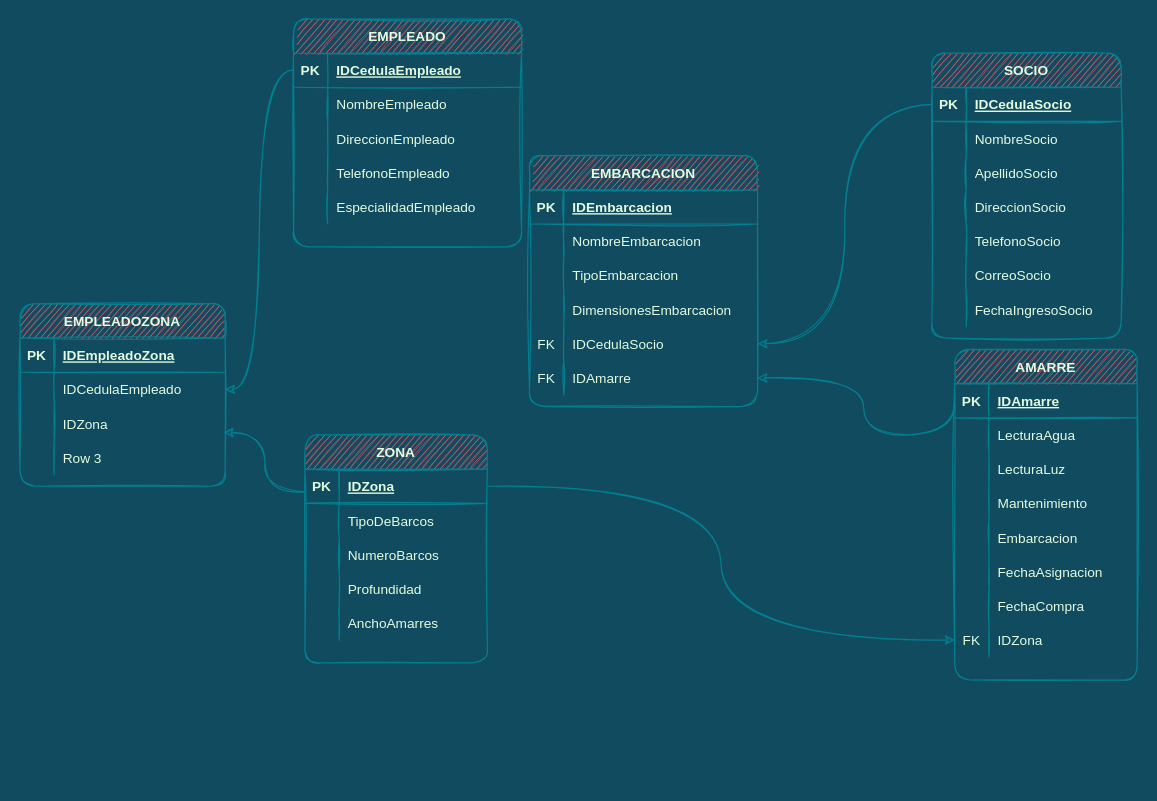
Before: bases de datos/ejercicio 26-10-21/ejercicio 1.drawio in Krono159/bases-de-datos, a draw.io diagram. Source tidied: cells renumbered, new cells numbered last; positions are measured from the earlier drawing's top-left corner, leaving out a move shared by most shapes. Both pictures are drawn from the tidied source at 114%, with x=0, y=0 at pixel (19, 18).
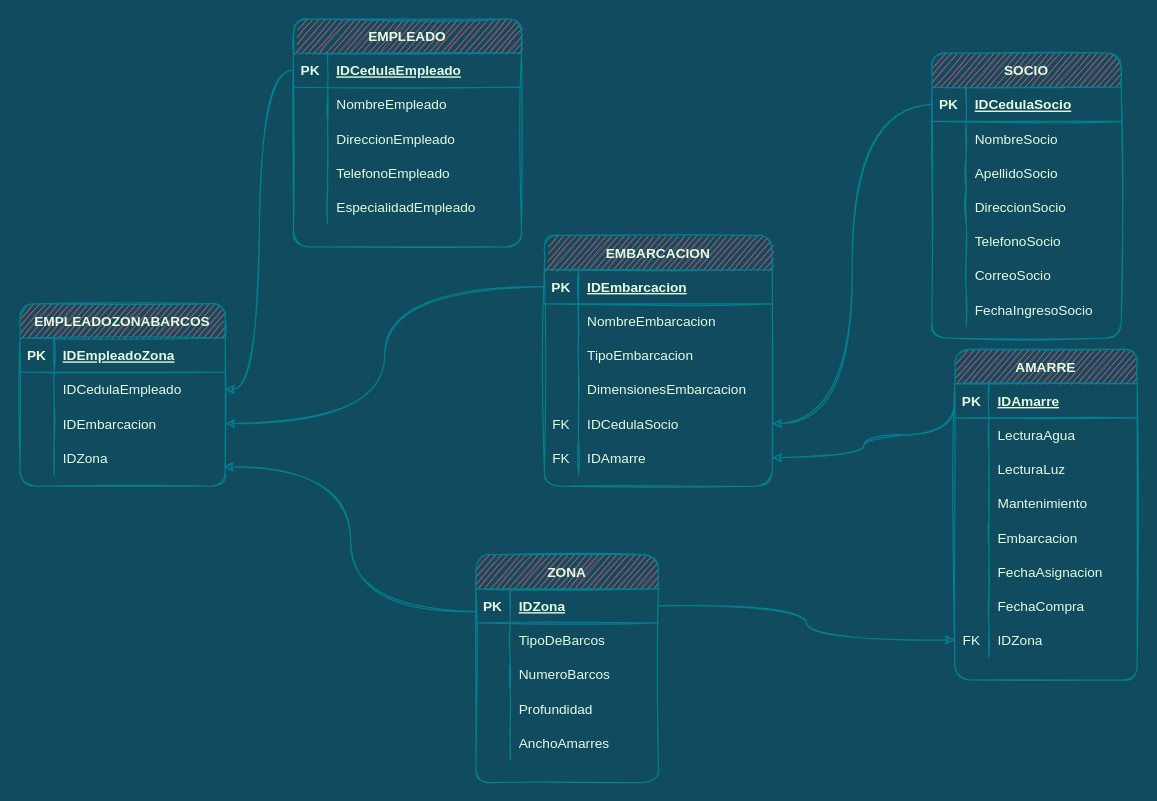
After the change.

Commit message:
fin relacion

Unchanged cells that the change refers to:
```xml
<mxCell id="36" style="shape=partialRectangle;fillColor=none;top=0;left=0;bottom=1;right=0;points=[[0,0.5],[1,0.5]];portConstraint=eastwest;strokeColor=#028090;fontColor=#E4FDE1;rounded=1;sketch=1;" parent="35" vertex="1">
  <mxGeometry y="30" width="160" height="30" as="geometry" />
</mxCell>
<mxCell id="61" style="shape=partialRectangle;fillColor=none;top=0;left=0;bottom=1;right=0;points=[[0,0.5],[1,0.5]];portConstraint=eastwest;strokeColor=#028090;fontColor=#E4FDE1;rounded=1;sketch=1;" parent="60" vertex="1">
  <mxGeometry y="30" width="200" height="30" as="geometry" />
</mxCell>
<mxCell id="76" style="shape=partialRectangle;fillColor=none;top=0;left=0;bottom=0;right=0;points=[[0,0.5],[1,0.5]];portConstraint=eastwest;strokeColor=#028090;fontColor=#E4FDE1;rounded=1;sketch=1;" parent="60" vertex="1">
  <mxGeometry y="180" width="200" height="30" as="geometry" />
</mxCell>
```

What changed in the source:
```diff
@@
     <mxCell id="3" value="ZONA" style="shape=table;startSize=30;childLayout=tableLayout;rowLines=0;fontStyle=1;align=center;fillColor=#F45B69;strokeColor=#028090;fontColor=#E4FDE1;rounded=1;sketch=1;" parent="1" vertex="1">
-      <mxGeometry x="250" y="365" width="160" height="200" as="geometry" />
+      <mxGeometry x="400" y="470" width="160" height="200" as="geometry" />
     </mxCell>
@@
     <mxCell id="60" value="EMBARCACION" style="shape=table;startSize=30;childLayout=tableLayout;rowLines=0;fontStyle=1;align=center;fillColor=#F45B69;strokeColor=#028090;fontColor=#E4FDE1;rounded=1;sketch=1;" parent="1" vertex="1">
-      <mxGeometry x="447" y="120" width="200" height="220" as="geometry" />
+      <mxGeometry x="460" y="190" width="200" height="220" as="geometry" />
     </mxCell>
@@
     <mxCell id="102" style="edgeStyle=orthogonalEdgeStyle;jettySize=auto;html=1;entryX=1;entryY=0.5;entryDx=0;entryDy=0;strokeColor=#028090;fontColor=#E4FDE1;labelBackgroundColor=#114B5F;exitX=0;exitY=0.5;exitDx=0;exitDy=0;curved=1;sketch=1;" parent="1" edge="1" source="36" target="76">
       <mxGeometry relative="1" as="geometry">
         <Array as="points">
           <mxPoint x="820" y="365" />
           <mxPoint x="740" y="365" />
-          <mxPoint x="740" y="315" />
+          <mxPoint x="740" y="385" />
         </Array>
       </mxGeometry>
     </mxCell>
-    <mxCell id="103" value="EMPLEADOZONA" style="shape=table;startSize=30;childLayout=tableLayout;rowLines=0;fontStyle=1;align=center;rounded=1;sketch=1;fontColor=#E4FDE1;strokeColor=#028090;fillColor=#F45B69;" parent="1" vertex="1">
+    <mxCell id="103" value="EMPLEADOZONABARCOS" style="shape=table;startSize=30;childLayout=tableLayout;rowLines=0;fontStyle=1;align=center;rounded=1;sketch=1;fontColor=#E4FDE1;strokeColor=#028090;fillColor=#F45B69;" parent="1" vertex="1">
       <mxGeometry y="250" width="180" height="160" as="geometry" />
     </mxCell>
@@
+    <mxCell id="113" style="shape=partialRectangle;fillColor=none;top=0;left=0;bottom=0;right=0;points=[[0,0.5],[1,0.5]];portConstraint=eastwest;rounded=1;sketch=1;fontColor=#E4FDE1;strokeColor=#028090;" parent="103" vertex="1">
+      <mxGeometry y="90" width="180" height="30" as="geometry" />
+    </mxCell>
+    <mxCell id="114" style="shape=partialRectangle;fillColor=none;top=0;left=0;bottom=0;right=0;overflow=hidden;rounded=1;sketch=1;fontColor=#E4FDE1;strokeColor=#028090;" parent="113" vertex="1">
+      <mxGeometry width="30" height="30" as="geometry" />
+    </mxCell>
+    <mxCell id="115" value="IDEmbarcacion" style="shape=partialRectangle;fillColor=none;top=0;left=0;bottom=0;right=0;align=left;spacingLeft=6;overflow=hidden;rounded=1;sketch=1;fontColor=#E4FDE1;strokeColor=#028090;" parent="113" vertex="1">
+      <mxGeometry x="30" width="150" height="30" as="geometry" />
+    </mxCell>
     <mxCell id="110" style="shape=partialRectangle;fillColor=none;top=0;left=0;bottom=0;right=0;points=[[0,0.5],[1,0.5]];portConstraint=eastwest;rounded=1;sketch=1;fontColor=#E4FDE1;strokeColor=#028090;" parent="103" vertex="1">
-      <mxGeometry y="90" width="180" height="30" as="geometry" />
+      <mxGeometry y="120" width="180" height="30" as="geometry" />
     </mxCell>
@@
-    <mxCell id="113" style="shape=partialRectangle;fillColor=none;top=0;left=0;bottom=0;right=0;points=[[0,0.5],[1,0.5]];portConstraint=eastwest;rounded=1;sketch=1;fontColor=#E4FDE1;strokeColor=#028090;" parent="103" vertex="1">
-      <mxGeometry y="120" width="180" height="30" as="geometry" />
-    </mxCell>
-    <mxCell id="114" style="shape=partialRectangle;fillColor=none;top=0;left=0;bottom=0;right=0;overflow=hidden;rounded=1;sketch=1;fontColor=#E4FDE1;strokeColor=#028090;" parent="113" vertex="1">
-      <mxGeometry width="30" height="30" as="geometry" />
-    </mxCell>
-    <mxCell id="115" value="Row 3" style="shape=partialRectangle;fillColor=none;top=0;left=0;bottom=0;right=0;align=left;spacingLeft=6;overflow=hidden;rounded=1;sketch=1;fontColor=#E4FDE1;strokeColor=#028090;" parent="113" vertex="1">
-      <mxGeometry x="30" width="150" height="30" as="geometry" />
-    </mxCell>
@@
+    <mxCell id="118" style="edgeStyle=orthogonalEdgeStyle;curved=1;rounded=1;sketch=1;jettySize=auto;html=1;entryX=1;entryY=0.5;entryDx=0;entryDy=0;fontColor=#E4FDE1;strokeColor=#028090;fillColor=#F45B69;" parent="1" edge="1" source="61" target="113">
+      <mxGeometry relative="1" as="geometry" />
+    </mxCell>
```
